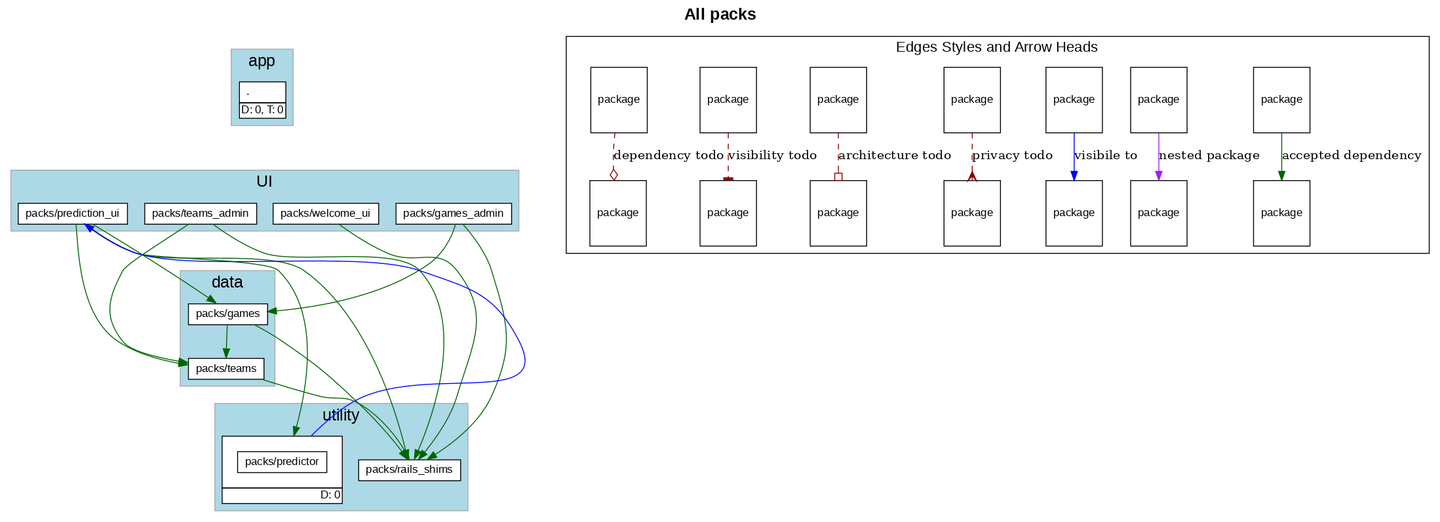
Above: c4s05/sportsball/c4s05_b_fixed.png in shageman/package-based-rails-applications-book (Graphviz), before the change. Its source is kept beside it as c4s05/sportsball/c4s05_b_fixed.dot. Its diagram source:
```dot
digraph package_diagram {
  rankdir=TD
  graph [
    labelloc="t"
    fontname="Helvetica,Arial,sans-serif"
    dpi=100
    layout=dot
    label=<<b>All packs</b>>
    fontsize=18
  ]
  node [
    fontname="Helvetica,Arial,sans-serif"
    fontsize=26.0
    fontcolor=black
    fillcolor=white
    color=black
    height=1.0
    style=filled
    shape=plain
  ]
    subgraph app {
      shape=box
      color=darkgrey
      fillcolor=lightblue
      style=filled
        label="app"
        cluster=true
        rank = 0        "." [
            fontsize=12.0
            label= <
                <table border='0' cellborder='1' cellspacing='0' cellpadding='4'>
                  <tr> <td align='left'> . </td> </tr>
                  <tr><td CELLPADDING='1' ALIGN='RIGHT'>D: 0, T: 0</td></tr>
                </table>
              >
          ]

    }
    subgraph UI {
      shape=box
      color=darkgrey
      fillcolor=lightblue
      style=filled
        label="UI"
        cluster=true
        rank = 1        "packs/games_admin" [
            fontsize=12.0
            label= <
                <table border='0' cellborder='1' cellspacing='0' cellpadding='4'>
                  <tr> <td align='left'> packs/games_admin </td> </tr>
                </table>
              >
          ]

        "packs/prediction_ui" [
            fontsize=12.0
            label= <
                <table border='0' cellborder='1' cellspacing='0' cellpadding='4'>
                  <tr> <td align='left'> packs/prediction_ui </td> </tr>
                </table>
              >
          ]

        "packs/teams_admin" [
            fontsize=12.0
            label= <
                <table border='0' cellborder='1' cellspacing='0' cellpadding='4'>
                  <tr> <td align='left'> packs/teams_admin </td> </tr>
                </table>
              >
          ]

        "packs/welcome_ui" [
            fontsize=12.0
            label= <
                <table border='0' cellborder='1' cellspacing='0' cellpadding='4'>
                  <tr> <td align='left'> packs/welcome_ui </td> </tr>
                </table>
              >
          ]

    }
              "." -> "packs/games_admin" [ style=invis ]
              "." -> "packs/prediction_ui" [ style=invis ]
              "." -> "packs/teams_admin" [ style=invis ]
              "." -> "packs/welcome_ui" [ style=invis ]
    subgraph data {
      shape=box
      color=darkgrey
      fillcolor=lightblue
      style=filled
        label="data"
        cluster=true
        rank = 2        "packs/games" [
            fontsize=12.0
            label= <
                <table border='0' cellborder='1' cellspacing='0' cellpadding='4'>
                  <tr> <td align='left'> packs/games </td> </tr>
                </table>
              >
          ]

        "packs/teams" [
            fontsize=12.0
            label= <
                <table border='0' cellborder='1' cellspacing='0' cellpadding='4'>
                  <tr> <td align='left'> packs/teams </td> </tr>
                </table>
              >
          ]

    }
              "packs/games_admin" -> "packs/games" [ style=invis ]
              "packs/prediction_ui" -> "packs/games" [ style=invis ]
              "packs/teams_admin" -> "packs/games" [ style=invis ]
              "packs/welcome_ui" -> "packs/games" [ style=invis ]
              "packs/games_admin" -> "packs/teams" [ style=invis ]
              "packs/prediction_ui" -> "packs/teams" [ style=invis ]
              "packs/teams_admin" -> "packs/teams" [ style=invis ]
              "packs/welcome_ui" -> "packs/teams" [ style=invis ]
    subgraph utility {
      shape=box
      color=darkgrey
      fillcolor=lightblue
      style=filled
        label="utility"
        cluster=true
        rank = 3        "packs/predictor" [
            fontsize=12.0
            label= <
                <table border='0' cellborder='1' cellspacing='0' cellpadding='16'><tr><td>
                  <table border='0' cellborder='1' cellspacing='0' cellpadding='4'>
                    <tr> <td port='private'> packs/predictor </td> </tr>
                  </table>
                  </td></tr>
                  <tr><td CELLPADDING='1' ALIGN='RIGHT'>D: 0</td></tr>
                  </table>
              >
          ]

        "packs/rails_shims" [
            fontsize=12.0
            label= <
                <table border='0' cellborder='1' cellspacing='0' cellpadding='4'>
                  <tr> <td align='left'> packs/rails_shims </td> </tr>
                </table>
              >
          ]

    }
              "packs/games" -> "packs/predictor" [ style=invis ]
              "packs/teams" -> "packs/predictor" [ style=invis ]
              "packs/games" -> "packs/rails_shims" [ style=invis ]
              "packs/teams" -> "packs/rails_shims" [ style=invis ]
    subgraph NotInLayer {
      shape=box
      color=darkgrey
      fillcolor=lightblue
      style=filled
        cluster=false
    }
          "packs/games" -> "packs/rails_shims" [ color=darkgreen ]
          "packs/games" -> "packs/teams" [ color=darkgreen ]
          "packs/games_admin" -> "packs/games" [ color=darkgreen ]
          "packs/games_admin" -> "packs/rails_shims" [ color=darkgreen ]
          "packs/prediction_ui" -> "packs/games" [ color=darkgreen ]
          "packs/prediction_ui" -> "packs/predictor" [ color=darkgreen ]
          "packs/prediction_ui" -> "packs/rails_shims" [ color=darkgreen ]
          "packs/prediction_ui" -> "packs/teams" [ color=darkgreen ]
          "packs/teams" -> "packs/rails_shims" [ color=darkgreen ]
          "packs/teams_admin" -> "packs/rails_shims" [ color=darkgreen ]
          "packs/teams_admin" -> "packs/teams" [ color=darkgreen ]
          "packs/welcome_ui" -> "packs/rails_shims" [ color=darkgreen ]
        "packs/predictor" -> "packs/prediction_ui" [ color=blue constraint=false ]
    subgraph cluster_legend {
      fontsize=16
      label="Edges Styles and Arrow Heads"
      A [ fontsize=12 shape=box label="package"]
      B [ fontsize=12 shape=box label="package"]
      A -> B [label="accepted dependency" color=darkgreen]
      K [ fontsize=12 shape=box label="package"]
      L [ fontsize=12 shape=box label="package"]
      K -> L [label="nested package" color=purple]
      M [ fontsize=12 shape=box label="package"]
      N [ fontsize=12 shape=box label="package"]
      M -> N [label="visibile to" color=blue]
      C [ fontsize=12 shape=box label="package"]
      D [ fontsize=12 shape=box label="package"]
      C -> D [label="privacy todo" color=darkred style=dashed arrowhead=crow]
      E [ fontsize=12 shape=box label="package"]
      F [ fontsize=12 shape=box label="package"]
      E -> F [label="architecture todo" color=darkred style=dashed arrowhead=obox]
      G [ fontsize=12 shape=box label="package"]
      H [ fontsize=12 shape=box label="package"]
      G -> H [label="visibility todo" color=darkred style=dashed arrowhead=tee]
      I [ fontsize=12 shape=box label="package"]
      J [ fontsize=12 shape=box label="package"]
      I -> J [label="dependency todo" color=darkred style=dashed arrowhead=odiamond]
      LEGEND_NODE_1 [ label="" peripheries=0 height=0 width=0 style=invis ]
      LEGEND_NODE_2 [ label="" peripheries=0 height=0 width=0 style=invis ]
      LEGEND_NODE_1 -> LEGEND_NODE_2 [ style=invis ]
    }
  subgraph cluster_teams_legend {
    fontsize=16
    label="Team Colors"


  }
    LEGEND_NODE_2 -> "" [style=invis]
}
```
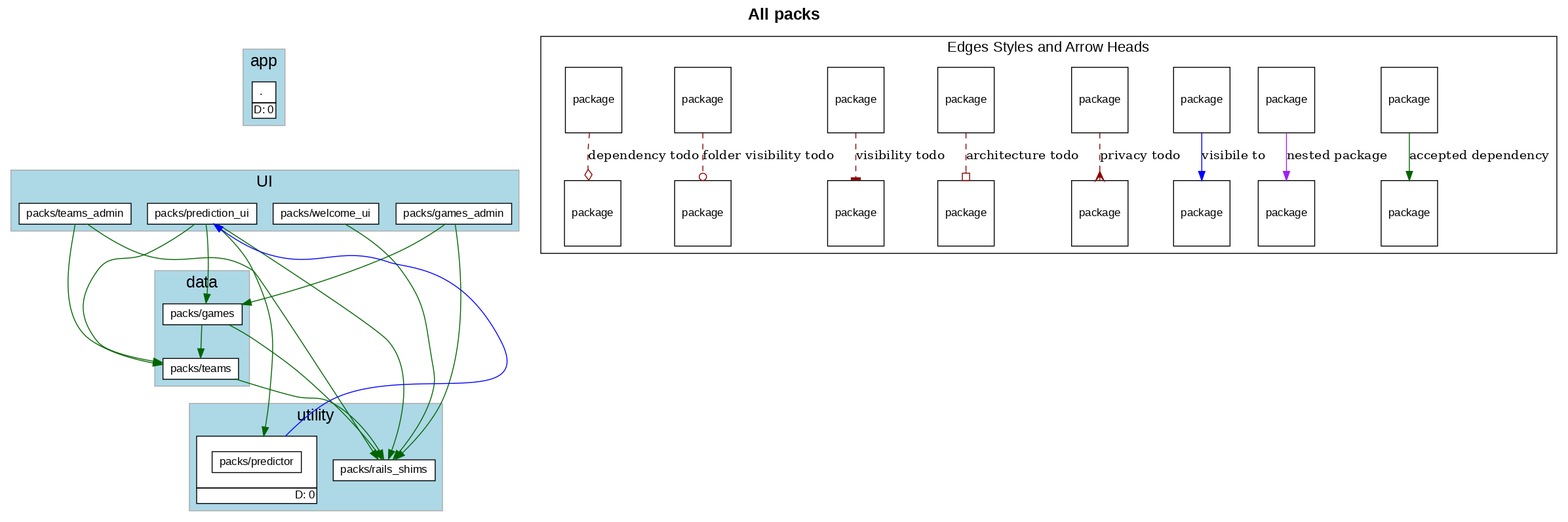
The same diagram one commit later.

Diff of the diagram source:
```diff
@@ -5,7 +5,7 @@
     fontname="Helvetica,Arial,sans-serif"
     dpi=100
     layout=dot
-    label=<<b>All packs</b>>
+    label=<<b>All packs</b><br/>>
     fontsize=18
   ]
   node [
@@ -30,7 +30,7 @@
             label= <
                 <table border='0' cellborder='1' cellspacing='0' cellpadding='4'>
                   <tr> <td align='left'> . </td> </tr>
-                  <tr><td CELLPADDING='1' ALIGN='RIGHT'>D: 0, T: 0</td></tr>
+                  <tr><td CELLPADDING='1' ALIGN='RIGHT'>D: 0</td></tr>
                 </table>
               >
           ]
@@ -178,12 +178,12 @@
       A [ fontsize=12 shape=box label="package"]
       B [ fontsize=12 shape=box label="package"]
       A -> B [label="accepted dependency" color=darkgreen]
-      K [ fontsize=12 shape=box label="package"]
-      L [ fontsize=12 shape=box label="package"]
-      K -> L [label="nested package" color=purple]
       M [ fontsize=12 shape=box label="package"]
       N [ fontsize=12 shape=box label="package"]
-      M -> N [label="visibile to" color=blue]
+      M -> N [label="nested package" color=purple]
+      O [ fontsize=12 shape=box label="package"]
+      P [ fontsize=12 shape=box label="package"]
+      O -> P [label="visibile to" color=blue]
       C [ fontsize=12 shape=box label="package"]
       D [ fontsize=12 shape=box label="package"]
       C -> D [label="privacy todo" color=darkred style=dashed arrowhead=crow]
@@ -195,7 +195,10 @@
       G -> H [label="visibility todo" color=darkred style=dashed arrowhead=tee]
       I [ fontsize=12 shape=box label="package"]
       J [ fontsize=12 shape=box label="package"]
-      I -> J [label="dependency todo" color=darkred style=dashed arrowhead=odiamond]
+      I -> J [label="folder visibility todo" color=darkred style=dashed arrowhead=odot]
+      K [ fontsize=12 shape=box label="package"]
+      L [ fontsize=12 shape=box label="package"]
+      K -> L [label="dependency todo" color=darkred style=dashed arrowhead=odiamond]
       LEGEND_NODE_1 [ label="" peripheries=0 height=0 width=0 style=invis ]
       LEGEND_NODE_2 [ label="" peripheries=0 height=0 width=0 style=invis ]
       LEGEND_NODE_1 -> LEGEND_NODE_2 [ style=invis ]
```
